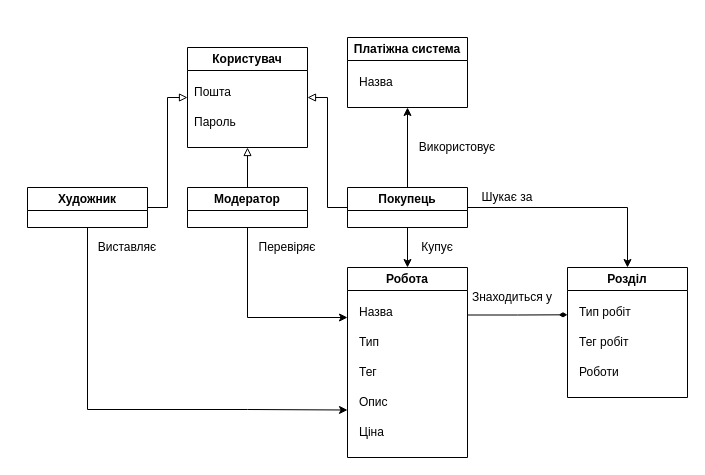
oleksandrblazhko/ai203-tokarev keeps this draw.io diagram as 2-SoftwareDesign/2.1-UMLConceptClasses/UML-ConceptClasses.drawio. Above is the earlier version. Source tidied: cells renumbered, new cells numbered last; positions are measured from the earlier drawing's top-left corner, leaving out a move shared by most shapes. Both pictures are drawn from the tidied source at 100%, with x=0, y=0 at pixel (27, 37).
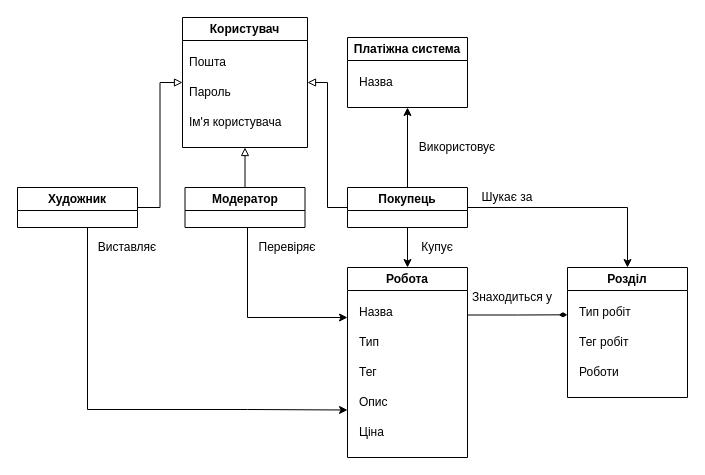
The same diagram, later.

Commit message (it also covers changes not shown here):
Change UML ConceptClasses

Change to the diagram source:
```diff
@@
     <mxCell id="2" value="Користувач" style="swimlane;whiteSpace=wrap;html=1;" parent="1" vertex="1">
-      <mxGeometry x="160" y="10" width="120" height="100" as="geometry" />
+      <mxGeometry x="155" y="-20" width="125" height="130" as="geometry" />
     </mxCell>
@@
+    <mxCell id="35" value="Ім'я користувача" style="text;html=1;align=left;verticalAlign=middle;strokeColor=none;fillColor=none;" parent="2" vertex="1">
+      <mxGeometry x="5" y="90" width="120" height="30" as="geometry" />
+    </mxCell>
@@
     <mxCell id="14" value="Модератор" style="swimlane;whiteSpace=wrap;html=1;" parent="1" vertex="1">
-      <mxGeometry x="160" y="150" width="120" height="40" as="geometry" />
+      <mxGeometry x="157.5" y="150" width="120" height="40" as="geometry" />
     </mxCell>
@@
     <mxCell id="23" value="Художник" style="swimlane;whiteSpace=wrap;html=1;" parent="1" vertex="1">
-      <mxGeometry y="150" width="120" height="40" as="geometry" />
+      <mxGeometry x="-10" y="150" width="120" height="40" as="geometry" />
     </mxCell>
```
